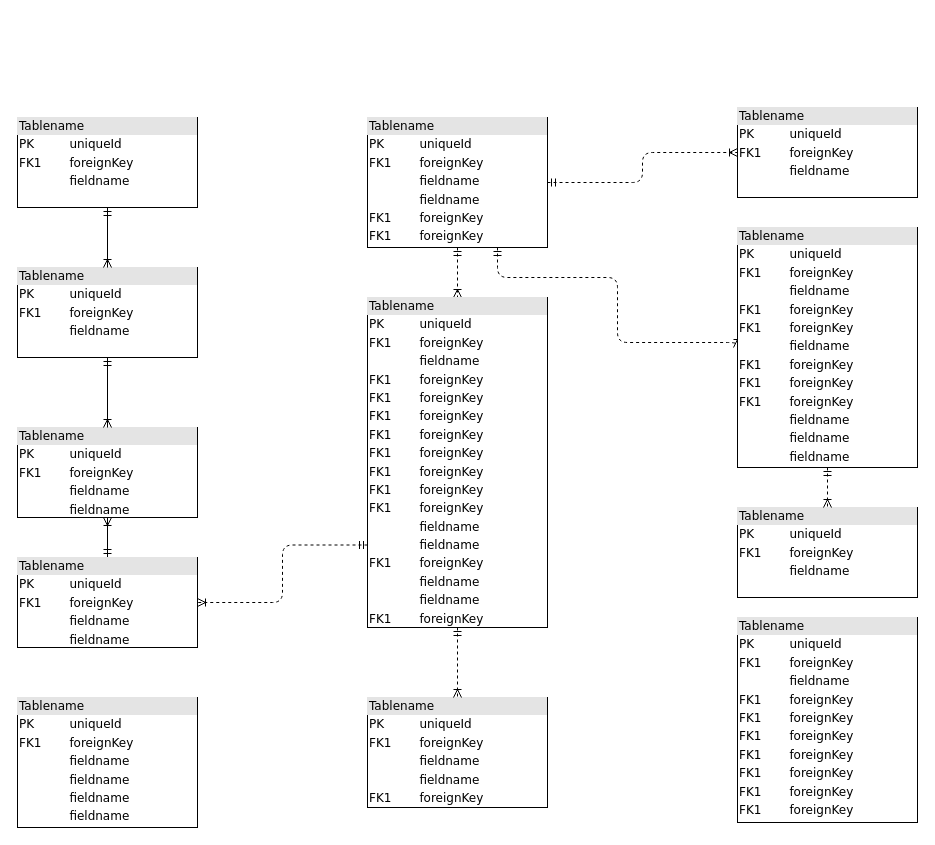
Earlier version of the draw.io diagram Диаграмма без названия.drawio (DaniilVolobuiev/Angular-task). Source tidied: cells renumbered, new cells numbered last; positions are measured from the earlier drawing's top-left corner, leaving out a move shared by most shapes. Both pictures are drawn from the tidied source at 100%, with x=0, y=0 at pixel (17, 107).
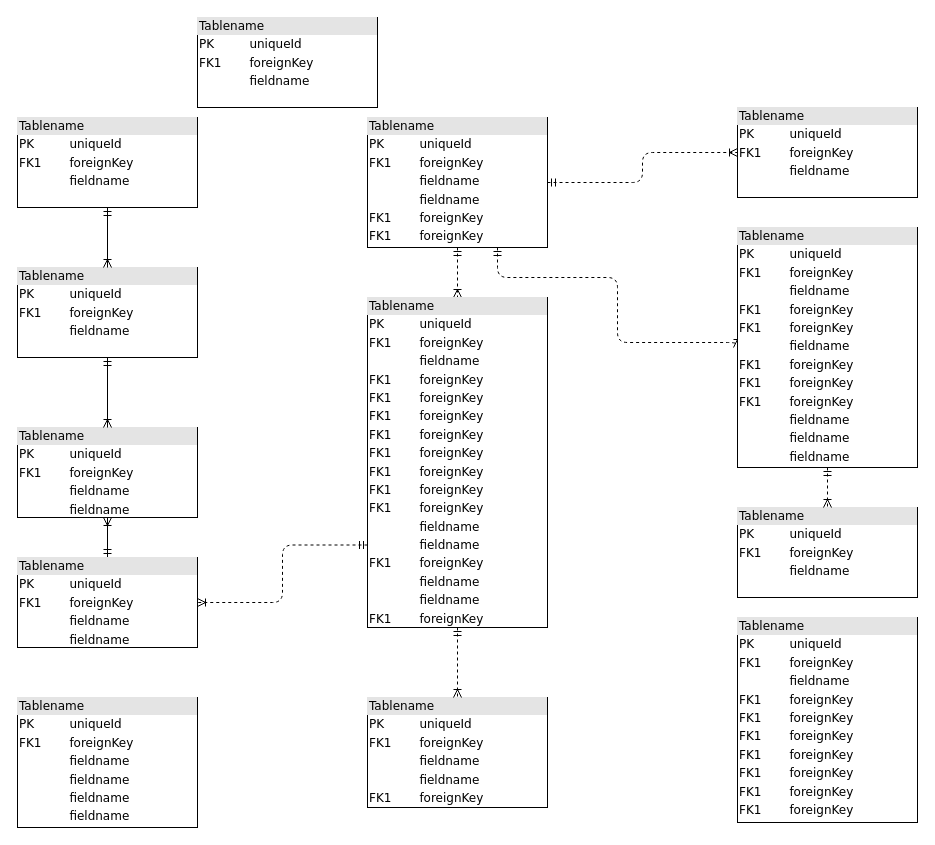
Above is the later version.

What changed in the source:
```diff
@@
+    <mxCell id="23" value="&lt;div style=&quot;box-sizing:border-box;width:100%;background:#e4e4e4;padding:2px;&quot;&gt;Tablename&lt;/div&gt;&lt;table style=&quot;width:100%;font-size:1em;&quot; cellpadding=&quot;2&quot; cellspacing=&quot;0&quot;&gt;&lt;tr&gt;&lt;td&gt;PK&lt;/td&gt;&lt;td&gt;uniqueId&lt;/td&gt;&lt;/tr&gt;&lt;tr&gt;&lt;td&gt;FK1&lt;/td&gt;&lt;td&gt;foreignKey&lt;/td&gt;&lt;/tr&gt;&lt;tr&gt;&lt;td&gt;&lt;/td&gt;&lt;td&gt;fieldname&lt;/td&gt;&lt;/tr&gt;&lt;/table&gt;" style="verticalAlign=top;align=left;overflow=fill;html=1;rounded=0;shadow=0;comic=0;labelBackgroundColor=none;strokeWidth=1;fontFamily=Verdana;fontSize=12;" parent="1" vertex="1">
+      <mxGeometry x="180" y="-90" width="180" height="90" as="geometry" />
+    </mxCell>
```
